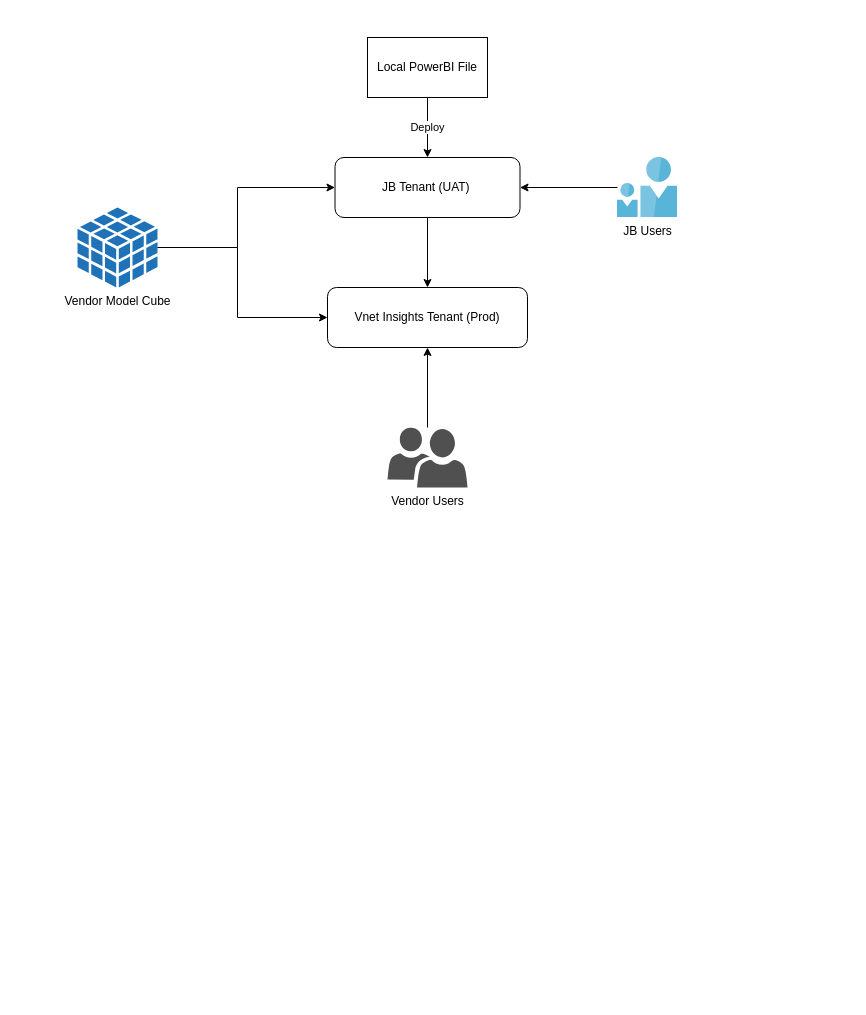
Ben47happyday/ben keeps this draw.io diagram as JB Insights Deployment Flow.drawio. Above is the earlier version. Source tidied: cells renumbered, new cells numbered last; positions are measured from the earlier drawing's top-left corner, leaving out a move shared by most shapes. Both pictures are drawn from the tidied source at 100%, with x=0, y=0 at pixel (77, 37).
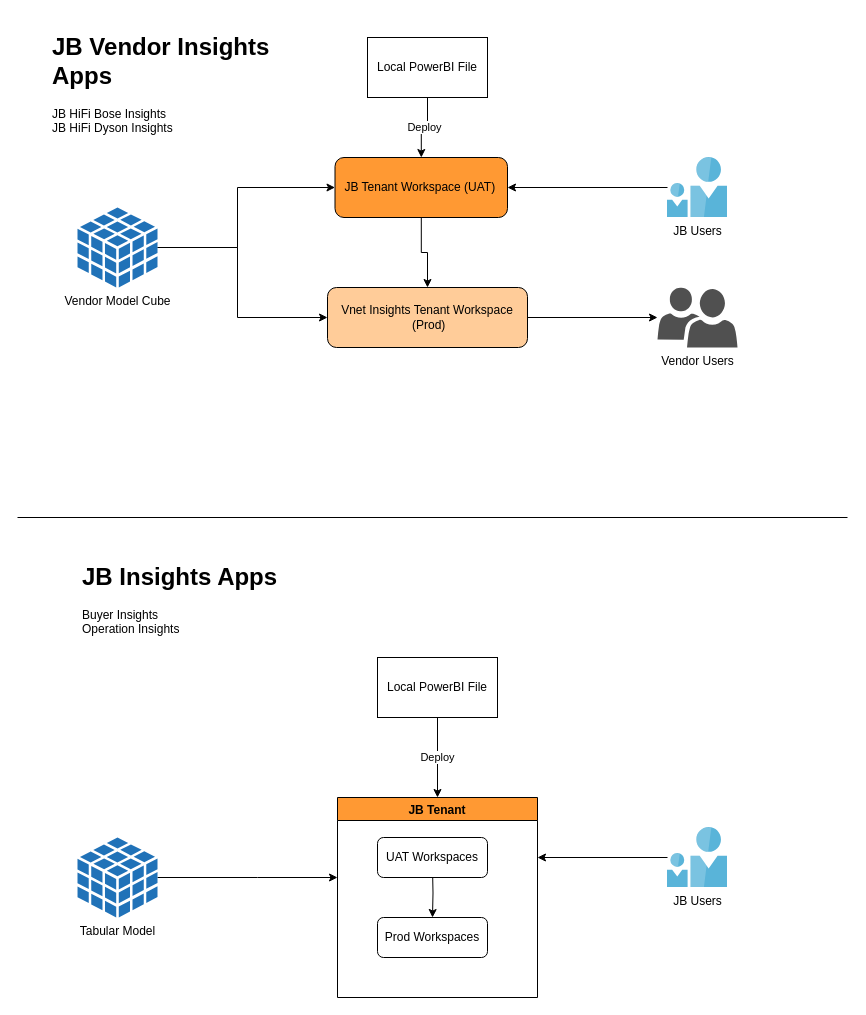
Above is the later version.

Diff of the diagram source:
```diff
@@
-    <mxCell id="3" value="JB Tenant (UAT)&amp;nbsp;" style="rounded=1;whiteSpace=wrap;html=1;" parent="1" vertex="1">
-      <mxGeometry x="257.5" y="120" width="185" height="60" as="geometry" />
+    <mxCell id="3" value="JB Tenant Workspace (UAT)&amp;nbsp;" style="rounded=1;whiteSpace=wrap;html=1;fillColor=#FF9933;" parent="1" vertex="1">
+      <mxGeometry x="257.5" y="120" width="172.5" height="60" as="geometry" />
     </mxCell>
+    <mxCell id="15" style="edgeStyle=orthogonalEdgeStyle;rounded=0;jettySize=auto;html=1;" parent="1" edge="1" source="4" target="9">
+      <mxGeometry relative="1" as="geometry" />
+    </mxCell>
-    <mxCell id="4" value="Vnet Insights Tenant (Prod)" style="rounded=1;whiteSpace=wrap;html=1;" parent="1" vertex="1">
+    <mxCell id="4" value="Vnet Insights Tenant Workspace&lt;br&gt;&amp;nbsp;(Prod)" style="rounded=1;whiteSpace=wrap;html=1;fillColor=#FFCC99;" parent="1" vertex="1">
       <mxGeometry x="250" y="250" width="200" height="60" as="geometry" />
     </mxCell>
@@
-    <mxCell id="8" style="edgeStyle=orthogonalEdgeStyle;rounded=0;jettySize=auto;html=1;" parent="1" edge="1" source="9" target="4">
-      <mxGeometry relative="1" as="geometry" />
-    </mxCell>
     <mxCell id="9" value="Vendor Users" style="sketch=0;shadow=0;dashed=0;html=1;strokeColor=none;labelPosition=center;verticalLabelPosition=bottom;verticalAlign=top;align=center;fillColor=#505050;shape=mxgraph.mscae.intune.user_group;" parent="1" vertex="1">
-      <mxGeometry x="310" y="390" width="80" height="60" as="geometry" />
+      <mxGeometry x="580" y="250" width="80" height="60" as="geometry" />
     </mxCell>
@@
     <mxCell id="14" value="JB Users" style="sketch=0;html=1;points=[];align=center;image;fontSize=12;image=img/lib/mscae/Two_User_Icon.svg;" parent="1" vertex="1">
-      <mxGeometry x="540" y="120" width="60" height="60" as="geometry" />
+      <mxGeometry x="590" y="120" width="60" height="60" as="geometry" />
     </mxCell>
+    <mxCell id="16" value="Deploy" style="edgeStyle=orthogonalEdgeStyle;rounded=0;jettySize=auto;html=1;entryX=0.5;entryY=0;entryDx=0;entryDy=0;" parent="1" edge="1" source="17" target="23">
+      <mxGeometry relative="1" as="geometry" />
+    </mxCell>
+    <mxCell id="17" value="Local PowerBI File" style="rounded=0;whiteSpace=wrap;html=1;" parent="1" vertex="1">
+      <mxGeometry x="300" y="620" width="120" height="60" as="geometry" />
+    </mxCell>
+    <mxCell id="18" style="edgeStyle=orthogonalEdgeStyle;rounded=0;orthogonalLoop=1;jettySize=auto;html=1;exitX=0.5;exitY=1;exitDx=0;exitDy=0;" parent="1" edge="1">
+      <mxGeometry relative="1" as="geometry">
+        <mxPoint x="390" y="900" as="sourcePoint" />
+        <mxPoint x="390" y="900" as="targetPoint" />
+      </mxGeometry>
+    </mxCell>
+    <mxCell id="19" style="edgeStyle=orthogonalEdgeStyle;rounded=0;jettySize=auto;html=1;" parent="1" edge="1" source="20">
+      <mxGeometry relative="1" as="geometry">
+        <mxPoint x="260" y="840" as="targetPoint" />
+        <Array as="points">
+          <mxPoint x="180" y="840" />
+        </Array>
+      </mxGeometry>
+    </mxCell>
+    <mxCell id="20" value="Tabular Model" style="sketch=0;shadow=0;dashed=0;html=1;strokeColor=none;labelPosition=center;verticalLabelPosition=bottom;verticalAlign=top;outlineConnect=0;align=center;shape=mxgraph.office.databases.database_cube;fillColor=#2072B8;" parent="1" vertex="1">
+      <mxGeometry y="800" width="80" height="80" as="geometry" />
+    </mxCell>
+    <mxCell id="21" style="edgeStyle=orthogonalEdgeStyle;rounded=0;jettySize=auto;html=1;" parent="1" edge="1" source="22">
+      <mxGeometry relative="1" as="geometry">
+        <mxPoint x="460" y="820" as="targetPoint" />
+      </mxGeometry>
+    </mxCell>
+    <mxCell id="22" value="JB Users" style="sketch=0;html=1;points=[];align=center;image;fontSize=12;image=img/lib/mscae/Two_User_Icon.svg;" parent="1" vertex="1">
+      <mxGeometry x="590" y="790" width="60" height="60" as="geometry" />
+    </mxCell>
+    <mxCell id="23" value="JB Tenant" style="swimlane;fillColor=#FF9933;" parent="1" vertex="1">
+      <mxGeometry x="260" y="760" width="200" height="200" as="geometry" />
+    </mxCell>
+    <mxCell id="24" style="edgeStyle=orthogonalEdgeStyle;rounded=0;jettySize=auto;html=1;" parent="23" edge="1" target="26">
+      <mxGeometry relative="1" as="geometry">
+        <mxPoint x="95" y="70" as="sourcePoint" />
+      </mxGeometry>
+    </mxCell>
+    <mxCell id="25" value="UAT Workspaces" style="rounded=1;whiteSpace=wrap;html=1;" parent="23" vertex="1">
+      <mxGeometry x="40" y="40" width="110" height="40" as="geometry" />
+    </mxCell>
+    <mxCell id="26" value="Prod Workspaces" style="rounded=1;whiteSpace=wrap;html=1;" parent="23" vertex="1">
+      <mxGeometry x="40" y="120" width="110" height="40" as="geometry" />
+    </mxCell>
+    <mxCell id="27" style="endArrow=none;html=1;rounded=0;" parent="1" edge="1">
+      <mxGeometry relative="1" as="geometry">
+        <mxPoint x="-60" y="480" as="sourcePoint" />
+        <mxPoint x="770" y="480" as="targetPoint" />
+      </mxGeometry>
+    </mxCell>
+    <mxCell id="28" value="&lt;h1&gt;JB Insights Apps&lt;/h1&gt;&lt;div&gt;Buyer Insights&lt;/div&gt;&lt;div&gt;Operation Insights&lt;/div&gt;" style="text;html=1;strokeColor=none;fillColor=none;spacing=5;spacingTop=-20;whiteSpace=wrap;overflow=hidden;rounded=0;" parent="1" vertex="1">
+      <mxGeometry y="520" width="220" height="90" as="geometry" />
+    </mxCell>
+    <mxCell id="29" value="&lt;h1&gt;JB Vendor Insights Apps&lt;/h1&gt;&lt;div&gt;JB HiFi Bose Insights&lt;/div&gt;&lt;div&gt;JB HiFi Dyson Insights&lt;br&gt;&lt;/div&gt;&lt;div&gt;&lt;br&gt;&lt;/div&gt;" style="text;html=1;strokeColor=none;fillColor=none;spacing=5;spacingTop=-20;whiteSpace=wrap;overflow=hidden;rounded=0;" parent="1" vertex="1">
+      <mxGeometry x="-30" y="-10" width="230" height="120" as="geometry" />
+    </mxCell>
```
